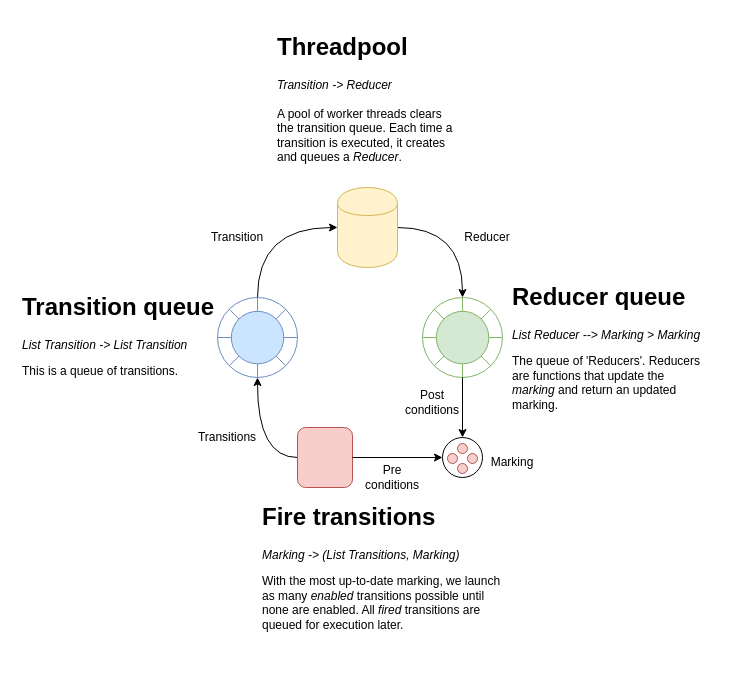
Above: docs/architecture.drawio in thorstink/Symmetri (draw.io), before the change. Source tidied: cells renumbered, new cells numbered last; positions are measured from the earlier drawing's top-left corner, leaving out a move shared by most shapes. Both pictures are drawn from the tidied source at 100%, with x=0, y=0 at pixel (17, 27).
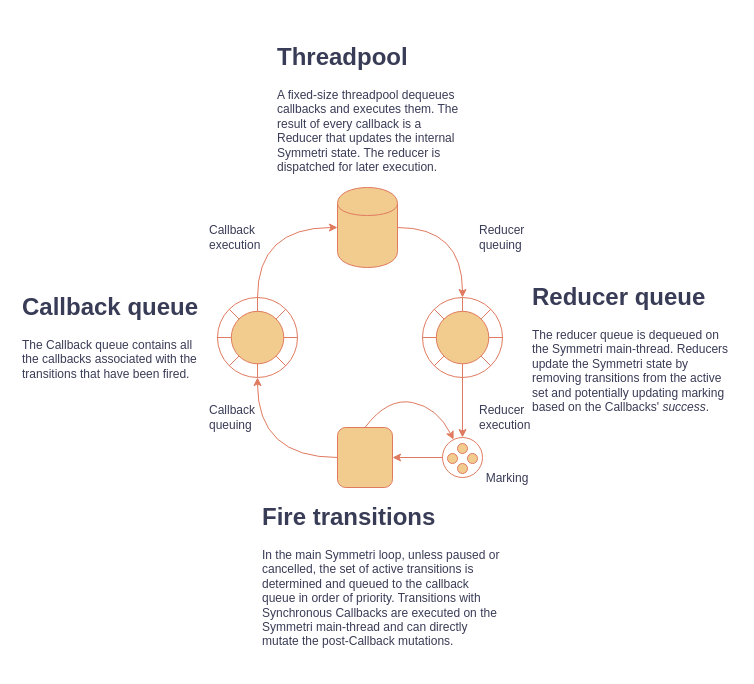
The same page after the edit.

Change to the diagram source:
```diff
@@
-    <mxCell id="2" style="edgeStyle=orthogonalEdgeStyle;curved=1;rounded=0;jettySize=auto;html=1;exitX=0.5;exitY=0;exitDx=0;exitDy=0;entryX=0;entryY=0.5;entryDx=0;entryDy=0;" parent="1" edge="1" source="3" target="5">
+    <mxCell id="2" style="edgeStyle=orthogonalEdgeStyle;curved=1;rounded=1;jettySize=auto;html=1;exitX=0.5;exitY=0;exitDx=0;exitDy=0;entryX=0;entryY=0.5;entryDx=0;entryDy=0;labelBackgroundColor=none;fontColor=default;strokeColor=#E07A5F;" parent="1" edge="1" source="3" target="5">
       <mxGeometry relative="1" as="geometry" />
     </mxCell>
-    <mxCell id="3" style="ellipse;whiteSpace=wrap;html=1;strokeColor=#6c8ebf;fillColor=none;" parent="1" vertex="1">
+    <mxCell id="3" style="ellipse;whiteSpace=wrap;html=1;fillColor=none;rounded=1;labelBackgroundColor=none;strokeColor=#E07A5F;fontColor=#393C56;" parent="1" vertex="1">
       <mxGeometry x="200" y="270" width="80" height="80" as="geometry" />
     </mxCell>
-    <mxCell id="4" style="edgeStyle=orthogonalEdgeStyle;rounded=0;jettySize=auto;html=1;exitX=1;exitY=0.5;exitDx=0;exitDy=0;curved=1;entryX=0.5;entryY=0;entryDx=0;entryDy=0;" parent="1" edge="1" source="5" target="24">
+    <mxCell id="4" style="edgeStyle=orthogonalEdgeStyle;rounded=1;jettySize=auto;html=1;exitX=1;exitY=0.5;exitDx=0;exitDy=0;curved=1;entryX=0.5;entryY=0;entryDx=0;entryDy=0;labelBackgroundColor=none;fontColor=default;strokeColor=#E07A5F;" parent="1" edge="1" source="5" target="24">
       <mxGeometry relative="1" as="geometry" />
     </mxCell>
-    <mxCell id="5" style="shape=cylinder;whiteSpace=wrap;html=1;boundedLbl=1;backgroundOutline=1;fillColor=#fff2cc;strokeColor=#d6b656;" parent="1" vertex="1">
+    <mxCell id="5" style="shape=cylinder;whiteSpace=wrap;html=1;boundedLbl=1;backgroundOutline=1;rounded=1;labelBackgroundColor=none;fillColor=#F2CC8F;strokeColor=#E07A5F;fontColor=#393C56;" parent="1" vertex="1">
       <mxGeometry x="320" y="160" width="60" height="80" as="geometry" />
     </mxCell>
-    <mxCell id="6" value="&lt;h1&gt;Transition queue&lt;/h1&gt;&lt;p&gt;&lt;i&gt;List Transition -&amp;gt; List Transition&amp;nbsp;&lt;/i&gt;&lt;/p&gt;&lt;p&gt;This is a queue of transitions.&lt;/p&gt;" style="text;html=1;strokeColor=none;fillColor=none;spacing=5;spacingTop=-20;whiteSpace=wrap;overflow=hidden;rounded=0;" parent="1" vertex="1">
-      <mxGeometry y="260" width="210" height="120" as="geometry" />
+    <mxCell id="6" value="&lt;h1&gt;Callback queue&lt;/h1&gt;&lt;p style=&quot;&quot;&gt;The Callback queue contains all the callbacks associated with the transitions that have been fired.&lt;/p&gt;" style="text;html=1;strokeColor=none;fillColor=none;spacing=5;spacingTop=-20;whiteSpace=wrap;overflow=hidden;rounded=1;labelBackgroundColor=none;fontColor=#393C56;" parent="1" vertex="1">
+      <mxGeometry y="260" width="190" height="120" as="geometry" />
     </mxCell>
-    <mxCell id="7" value="&lt;h1&gt;Reducer queue&lt;/h1&gt;&lt;p&gt;&lt;i&gt;List Reducer --&amp;gt; Marking &amp;gt; Marking&lt;/i&gt;&lt;/p&gt;&lt;p&gt;The queue of 'Reducers'. Reducers are functions that update the &lt;i&gt;marking&lt;/i&gt;&amp;nbsp;and return an updated marking.&amp;nbsp;&lt;/p&gt;" style="text;html=1;strokeColor=none;fillColor=none;spacing=5;spacingTop=-20;whiteSpace=wrap;overflow=hidden;rounded=0;" parent="1" vertex="1">
-      <mxGeometry x="490" y="250" width="210" height="140" as="geometry" />
+    <mxCell id="7" value="&lt;h1&gt;Reducer queue&lt;/h1&gt;&lt;p&gt;The reducer queue is dequeued on the Symmetri main-thread. Reducers update the Symmetri state by removing transitions from the active set and potentially updating marking based on the Callbacks' &lt;i&gt;success&lt;/i&gt;.&amp;nbsp;&lt;/p&gt;" style="text;html=1;strokeColor=none;fillColor=none;spacing=5;spacingTop=-20;whiteSpace=wrap;overflow=hidden;rounded=1;labelBackgroundColor=none;fontColor=#393C56;" parent="1" vertex="1">
+      <mxGeometry x="510" y="250" width="210" height="140" as="geometry" />
     </mxCell>
-    <mxCell id="8" value="&lt;h1&gt;Threadpool&lt;/h1&gt;&lt;div&gt;&lt;span&gt;&lt;i&gt;Transition -&amp;gt; Reducer&lt;/i&gt;&lt;/span&gt;&lt;/div&gt;&lt;div&gt;&lt;span&gt;&lt;br&gt;&lt;/span&gt;&lt;/div&gt;&lt;div&gt;A pool of worker threads clears the transition queue. Each time a transition is executed, it creates and queues a &lt;i&gt;Reducer&lt;/i&gt;.&lt;/div&gt;" style="text;html=1;strokeColor=none;fillColor=none;spacing=5;spacingTop=-20;whiteSpace=wrap;overflow=hidden;rounded=0;" parent="1" vertex="1">
-      <mxGeometry x="255" width="190" height="180" as="geometry" />
+    <mxCell id="8" value="&lt;h1&gt;Threadpool&lt;/h1&gt;&lt;div&gt;A fixed-size threadpool dequeues callbacks and executes them. The result of every callback is a Reducer that updates the internal Symmetri state. The reducer is dispatched for later execution.&lt;/div&gt;" style="text;html=1;strokeColor=none;fillColor=none;spacing=5;spacingTop=-20;whiteSpace=wrap;overflow=hidden;rounded=1;labelBackgroundColor=none;fontColor=#393C56;" parent="1" vertex="1">
+      <mxGeometry x="255" y="10" width="190" height="140" as="geometry" />
     </mxCell>
-    <mxCell id="9" style="edgeStyle=orthogonalEdgeStyle;curved=1;rounded=0;jettySize=auto;html=1;exitX=0;exitY=0.5;exitDx=0;exitDy=0;entryX=0.5;entryY=1;entryDx=0;entryDy=0;" parent="1" edge="1" source="10" target="3">
+    <mxCell id="9" style="edgeStyle=orthogonalEdgeStyle;curved=1;rounded=1;jettySize=auto;html=1;exitX=0;exitY=0.5;exitDx=0;exitDy=0;entryX=0.5;entryY=1;entryDx=0;entryDy=0;labelBackgroundColor=none;fontColor=default;strokeColor=#E07A5F;" parent="1" edge="1" source="10" target="3">
       <mxGeometry relative="1" as="geometry" />
     </mxCell>
-    <mxCell id="10" style="rounded=1;whiteSpace=wrap;html=1;fillColor=#f8cecc;strokeColor=#b85450;" parent="1" vertex="1">
-      <mxGeometry x="280" y="400" width="55" height="60" as="geometry" />
+    <mxCell id="10" style="rounded=1;whiteSpace=wrap;html=1;labelBackgroundColor=none;fillColor=#F2CC8F;strokeColor=#E07A5F;fontColor=#393C56;" parent="1" vertex="1">
+      <mxGeometry x="320" y="400" width="55" height="60" as="geometry" />
     </mxCell>
-    <mxCell id="11" value="&lt;h1&gt;Fire transitions&lt;/h1&gt;&lt;p&gt;&lt;i&gt;Marking -&amp;gt; (List Transitions, Marking)&amp;nbsp;&lt;/i&gt;&lt;/p&gt;&lt;p&gt;With the most up-to-date marking, we launch as many &lt;i&gt;enabled&lt;/i&gt; transitions possible until none are enabled. All &lt;i&gt;fired&lt;/i&gt; transitions are queued for execution later.&lt;/p&gt;" style="text;html=1;strokeColor=none;fillColor=none;spacing=5;spacingTop=-20;whiteSpace=wrap;overflow=hidden;rounded=0;" parent="1" vertex="1">
-      <mxGeometry x="240" y="470" width="250" height="140" as="geometry" />
+    <mxCell id="11" value="&lt;h1&gt;Fire transitions&lt;/h1&gt;&lt;p&gt;In the main Symmetri loop, unless paused or cancelled, the set of active transitions is determined and queued to the callback queue in order of priority. Transitions with Synchronous Callbacks are executed on the Symmetri main-thread and can directly mutate the post-Callback mutations.&amp;nbsp;&lt;/p&gt;" style="text;html=1;strokeColor=none;fillColor=none;spacing=5;spacingTop=-20;whiteSpace=wrap;overflow=hidden;rounded=1;labelBackgroundColor=none;fontColor=#393C56;" parent="1" vertex="1">
+      <mxGeometry x="240" y="470" width="250" height="170" as="geometry" />
     </mxCell>
-    <mxCell id="12" value="Transitions" style="text;html=1;strokeColor=none;fillColor=none;align=center;verticalAlign=middle;whiteSpace=wrap;rounded=0;" parent="1" vertex="1">
-      <mxGeometry x="190" y="400" width="40" height="20" as="geometry" />
+    <mxCell id="12" value="Callback queuing" style="text;html=1;strokeColor=none;fillColor=none;align=left;verticalAlign=middle;whiteSpace=wrap;rounded=1;labelBackgroundColor=none;fontColor=#393C56;" parent="1" vertex="1">
+      <mxGeometry x="190" y="380" width="40" height="20" as="geometry" />
     </mxCell>
-    <mxCell id="13" value="Transition" style="text;html=1;strokeColor=none;fillColor=none;align=center;verticalAlign=middle;whiteSpace=wrap;rounded=0;" parent="1" vertex="1">
-      <mxGeometry x="200" y="200" width="40" height="20" as="geometry" />
+    <mxCell id="13" value="Callback execution" style="text;html=1;strokeColor=none;fillColor=none;align=left;verticalAlign=middle;whiteSpace=wrap;rounded=1;labelBackgroundColor=none;fontColor=#393C56;" parent="1" vertex="1">
+      <mxGeometry x="190" y="200" width="40" height="20" as="geometry" />
     </mxCell>
-    <mxCell id="14" value="Reducer" style="text;html=1;strokeColor=none;fillColor=none;align=center;verticalAlign=middle;whiteSpace=wrap;rounded=0;" parent="1" vertex="1">
-      <mxGeometry x="450" y="200" width="40" height="20" as="geometry" />
+    <mxCell id="14" value="Reducer queuing" style="text;html=1;strokeColor=none;fillColor=none;align=left;verticalAlign=middle;whiteSpace=wrap;rounded=1;labelBackgroundColor=none;fontColor=#393C56;" parent="1" vertex="1">
+      <mxGeometry x="460" y="200" width="40" height="20" as="geometry" />
     </mxCell>
-    <mxCell id="15" style="ellipse;whiteSpace=wrap;html=1;strokeColor=#6C8EBF;fillColor=#CCE5FF;" parent="1" vertex="1">
+    <mxCell id="15" style="ellipse;whiteSpace=wrap;html=1;rounded=1;labelBackgroundColor=none;fillColor=#F2CC8F;strokeColor=#E07A5F;fontColor=#393C56;" parent="1" vertex="1">
       <mxGeometry x="213.8" y="283.8" width="52.5" height="52.5" as="geometry" />
     </mxCell>
-    <mxCell id="16" style="endArrow=none;html=1;exitX=0;exitY=0.5;exitDx=0;exitDy=0;entryX=0;entryY=0.5;entryDx=0;entryDy=0;strokeColor=#6C8EBF;" parent="1" edge="1" source="3" target="15">
+    <mxCell id="16" style="endArrow=none;html=1;exitX=0;exitY=0.5;exitDx=0;exitDy=0;entryX=0;entryY=0.5;entryDx=0;entryDy=0;rounded=1;labelBackgroundColor=none;fontColor=default;strokeColor=#E07A5F;" parent="1" edge="1" source="3" target="15">
       <mxGeometry relative="1" as="geometry" />
     </mxCell>
-    <mxCell id="17" style="endArrow=none;html=1;exitX=0;exitY=1;exitDx=0;exitDy=0;entryX=0;entryY=1;entryDx=0;entryDy=0;strokeColor=#6C8EBF;" parent="1" edge="1" source="3" target="15">
+    <mxCell id="17" style="endArrow=none;html=1;exitX=0;exitY=1;exitDx=0;exitDy=0;entryX=0;entryY=1;entryDx=0;entryDy=0;rounded=1;labelBackgroundColor=none;fontColor=default;strokeColor=#E07A5F;" parent="1" edge="1" source="3" target="15">
       <mxGeometry relative="1" as="geometry" />
     </mxCell>
-    <mxCell id="18" style="endArrow=none;html=1;exitX=0.5;exitY=1;exitDx=0;exitDy=0;entryX=0.5;entryY=1;entryDx=0;entryDy=0;strokeColor=#6C8EBF;" parent="1" edge="1" source="3" target="15">
+    <mxCell id="18" style="endArrow=none;html=1;exitX=0.5;exitY=1;exitDx=0;exitDy=0;entryX=0.5;entryY=1;entryDx=0;entryDy=0;rounded=1;labelBackgroundColor=none;fontColor=default;strokeColor=#E07A5F;" parent="1" edge="1" source="3" target="15">
       <mxGeometry relative="1" as="geometry" />
     </mxCell>
-    <mxCell id="19" style="endArrow=none;html=1;exitX=1;exitY=1;exitDx=0;exitDy=0;entryX=1;entryY=1;entryDx=0;entryDy=0;strokeColor=#6C8EBF;" parent="1" edge="1" source="15" target="3">
+    <mxCell id="19" style="endArrow=none;html=1;exitX=1;exitY=1;exitDx=0;exitDy=0;entryX=1;entryY=1;entryDx=0;entryDy=0;rounded=1;labelBackgroundColor=none;fontColor=default;strokeColor=#E07A5F;" parent="1" edge="1" source="15" target="3">
       <mxGeometry relative="1" as="geometry" />
     </mxCell>
-    <mxCell id="20" style="endArrow=none;html=1;exitX=1;exitY=0.5;exitDx=0;exitDy=0;entryX=1;entryY=0.5;entryDx=0;entryDy=0;strokeColor=#6C8EBF;" parent="1" edge="1" source="15" target="3">
+    <mxCell id="20" style="endArrow=none;html=1;exitX=1;exitY=0.5;exitDx=0;exitDy=0;entryX=1;entryY=0.5;entryDx=0;entryDy=0;rounded=1;labelBackgroundColor=none;fontColor=default;strokeColor=#E07A5F;" parent="1" edge="1" source="15" target="3">
       <mxGeometry relative="1" as="geometry" />
     </mxCell>
-    <mxCell id="21" style="endArrow=none;html=1;entryX=1;entryY=0;entryDx=0;entryDy=0;strokeColor=#6C8EBF;" parent="1" edge="1" source="3" target="15">
+    <mxCell id="21" style="endArrow=none;html=1;entryX=1;entryY=0;entryDx=0;entryDy=0;rounded=1;labelBackgroundColor=none;fontColor=default;strokeColor=#E07A5F;" parent="1" edge="1" source="3" target="15">
       <mxGeometry relative="1" as="geometry" />
     </mxCell>
-    <mxCell id="22" style="endArrow=none;html=1;entryX=0.5;entryY=0;entryDx=0;entryDy=0;strokeColor=#6C8EBF;exitX=0.5;exitY=0;exitDx=0;exitDy=0;" parent="1" edge="1" source="3" target="15">
+    <mxCell id="22" style="endArrow=none;html=1;entryX=0.5;entryY=0;entryDx=0;entryDy=0;exitX=0.5;exitY=0;exitDx=0;exitDy=0;rounded=1;labelBackgroundColor=none;fontColor=default;strokeColor=#E07A5F;" parent="1" edge="1" source="3" target="15">
       <mxGeometry relative="1" as="geometry" />
     </mxCell>
-    <mxCell id="23" style="endArrow=none;html=1;entryX=0;entryY=0;entryDx=0;entryDy=0;strokeColor=#6C8EBF;exitX=0;exitY=0;exitDx=0;exitDy=0;" parent="1" edge="1" source="3" target="15">
+    <mxCell id="23" style="endArrow=none;html=1;entryX=0;entryY=0;entryDx=0;entryDy=0;exitX=0;exitY=0;exitDx=0;exitDy=0;rounded=1;labelBackgroundColor=none;fontColor=default;strokeColor=#E07A5F;" parent="1" edge="1" source="3" target="15">
       <mxGeometry relative="1" as="geometry" />
     </mxCell>
-    <mxCell id="24" style="ellipse;whiteSpace=wrap;html=1;strokeColor=#82B366;fillColor=none;" parent="1" vertex="1">
+    <mxCell id="24" style="ellipse;whiteSpace=wrap;html=1;fillColor=none;rounded=1;labelBackgroundColor=none;strokeColor=#E07A5F;fontColor=#393C56;" parent="1" vertex="1">
       <mxGeometry x="405" y="270" width="80" height="80" as="geometry" />
     </mxCell>
-    <mxCell id="25" style="ellipse;whiteSpace=wrap;html=1;strokeColor=#82B366;fillColor=#D5E8D4;" parent="1" vertex="1">
+    <mxCell id="25" style="ellipse;whiteSpace=wrap;html=1;rounded=1;labelBackgroundColor=none;fillColor=#F2CC8F;strokeColor=#E07A5F;fontColor=#393C56;" parent="1" vertex="1">
       <mxGeometry x="418.8" y="283.8" width="52.5" height="52.5" as="geometry" />
     </mxCell>
-    <mxCell id="26" style="endArrow=none;html=1;exitX=0;exitY=0.5;exitDx=0;exitDy=0;entryX=0;entryY=0.5;entryDx=0;entryDy=0;strokeColor=#82B366;" parent="1" edge="1" source="24" target="25">
+    <mxCell id="26" style="endArrow=none;html=1;exitX=0;exitY=0.5;exitDx=0;exitDy=0;entryX=0;entryY=0.5;entryDx=0;entryDy=0;rounded=1;labelBackgroundColor=none;fontColor=default;strokeColor=#E07A5F;" parent="1" edge="1" source="24" target="25">
       <mxGeometry relative="1" as="geometry" />
     </mxCell>
-    <mxCell id="27" style="endArrow=none;html=1;exitX=0;exitY=1;exitDx=0;exitDy=0;entryX=0;entryY=1;entryDx=0;entryDy=0;strokeColor=#82B366;" parent="1" edge="1" source="24" target="25">
+    <mxCell id="27" style="endArrow=none;html=1;exitX=0;exitY=1;exitDx=0;exitDy=0;entryX=0;entryY=1;entryDx=0;entryDy=0;rounded=1;labelBackgroundColor=none;fontColor=default;strokeColor=#E07A5F;" parent="1" edge="1" source="24" target="25">
       <mxGeometry relative="1" as="geometry" />
     </mxCell>
-    <mxCell id="28" style="endArrow=none;html=1;exitX=0.5;exitY=1;exitDx=0;exitDy=0;entryX=0.5;entryY=1;entryDx=0;entryDy=0;strokeColor=#82B366;" parent="1" edge="1" source="24" target="25">
+    <mxCell id="28" style="endArrow=none;html=1;exitX=0.5;exitY=1;exitDx=0;exitDy=0;entryX=0.5;entryY=1;entryDx=0;entryDy=0;rounded=1;labelBackgroundColor=none;fontColor=default;strokeColor=#E07A5F;" parent="1" edge="1" source="24" target="25">
       <mxGeometry relative="1" as="geometry" />
     </mxCell>
-    <mxCell id="29" style="endArrow=none;html=1;exitX=1;exitY=1;exitDx=0;exitDy=0;entryX=1;entryY=1;entryDx=0;entryDy=0;strokeColor=#82B366;" parent="1" edge="1" source="25" target="24">
+    <mxCell id="29" style="endArrow=none;html=1;exitX=1;exitY=1;exitDx=0;exitDy=0;entryX=1;entryY=1;entryDx=0;entryDy=0;rounded=1;labelBackgroundColor=none;fontColor=default;strokeColor=#E07A5F;" parent="1" edge="1" source="25" target="24">
       <mxGeometry relative="1" as="geometry" />
     </mxCell>
-    <mxCell id="30" style="endArrow=none;html=1;exitX=1;exitY=0.5;exitDx=0;exitDy=0;entryX=1;entryY=0.5;entryDx=0;entryDy=0;strokeColor=#82B366;" parent="1" edge="1" source="25" target="24">
+    <mxCell id="30" style="endArrow=none;html=1;exitX=1;exitY=0.5;exitDx=0;exitDy=0;entryX=1;entryY=0.5;entryDx=0;entryDy=0;rounded=1;labelBackgroundColor=none;fontColor=default;strokeColor=#E07A5F;" parent="1" edge="1" source="25" target="24">
       <mxGeometry relative="1" as="geometry" />
     </mxCell>
-    <mxCell id="31" style="endArrow=none;html=1;entryX=1;entryY=0;entryDx=0;entryDy=0;strokeColor=#82B366;" parent="1" edge="1" source="24" target="25">
+    <mxCell id="31" style="endArrow=none;html=1;entryX=1;entryY=0;entryDx=0;entryDy=0;rounded=1;labelBackgroundColor=none;fontColor=default;strokeColor=#E07A5F;" parent="1" edge="1" source="24" target="25">
       <mxGeometry relative="1" as="geometry" />
     </mxCell>
-    <mxCell id="32" style="endArrow=none;html=1;entryX=0.5;entryY=0;entryDx=0;entryDy=0;exitX=0.5;exitY=0;exitDx=0;exitDy=0;strokeColor=#82B366;" parent="1" edge="1" source="24" target="25">
+    <mxCell id="32" style="endArrow=none;html=1;entryX=0.5;entryY=0;entryDx=0;entryDy=0;exitX=0.5;exitY=0;exitDx=0;exitDy=0;rounded=1;labelBackgroundColor=none;fontColor=default;strokeColor=#E07A5F;" parent="1" edge="1" source="24" target="25">
       <mxGeometry relative="1" as="geometry" />
     </mxCell>
-    <mxCell id="33" style="endArrow=none;html=1;entryX=0;entryY=0;entryDx=0;entryDy=0;exitX=0;exitY=0;exitDx=0;exitDy=0;strokeColor=#82B366;" parent="1" edge="1" source="24" target="25">
+    <mxCell id="33" style="endArrow=none;html=1;entryX=0;entryY=0;entryDx=0;entryDy=0;exitX=0;exitY=0;exitDx=0;exitDy=0;rounded=1;labelBackgroundColor=none;fontColor=default;strokeColor=#E07A5F;" parent="1" edge="1" source="24" target="25">
       <mxGeometry relative="1" as="geometry" />
     </mxCell>
-    <mxCell id="34" style="ellipse;whiteSpace=wrap;html=1;" parent="1" vertex="1">
+    <mxCell id="34" style="ellipse;whiteSpace=wrap;html=1;fillColor=none;rounded=1;labelBackgroundColor=none;strokeColor=#E07A5F;fontColor=#393C56;" parent="1" vertex="1">
       <mxGeometry x="425" y="410" width="40" height="40" as="geometry" />
     </mxCell>
-    <mxCell id="35" style="ellipse;whiteSpace=wrap;html=1;fillColor=#f8cecc;strokeColor=#b85450;" parent="1" vertex="1">
+    <mxCell id="35" style="ellipse;whiteSpace=wrap;html=1;rounded=1;labelBackgroundColor=none;fillColor=#F2CC8F;strokeColor=#E07A5F;fontColor=#393C56;" parent="1" vertex="1">
       <mxGeometry x="440" y="416" width="10" height="10" as="geometry" />
     </mxCell>
-    <mxCell id="36" style="ellipse;whiteSpace=wrap;html=1;fillColor=#f8cecc;strokeColor=#b85450;" parent="1" vertex="1">
+    <mxCell id="36" style="ellipse;whiteSpace=wrap;html=1;rounded=1;labelBackgroundColor=none;fillColor=#F2CC8F;strokeColor=#E07A5F;fontColor=#393C56;" parent="1" vertex="1">
       <mxGeometry x="450" y="426" width="10" height="10" as="geometry" />
     </mxCell>
-    <mxCell id="37" style="ellipse;whiteSpace=wrap;html=1;fillColor=#f8cecc;strokeColor=#b85450;" parent="1" vertex="1">
+    <mxCell id="37" style="ellipse;whiteSpace=wrap;html=1;rounded=1;labelBackgroundColor=none;fillColor=#F2CC8F;strokeColor=#E07A5F;fontColor=#393C56;" parent="1" vertex="1">
       <mxGeometry x="440" y="436" width="10" height="10" as="geometry" />
     </mxCell>
-    <mxCell id="38" style="ellipse;whiteSpace=wrap;html=1;fillColor=#f8cecc;strokeColor=#b85450;" parent="1" vertex="1">
+    <mxCell id="38" style="ellipse;whiteSpace=wrap;html=1;rounded=1;labelBackgroundColor=none;fillColor=#F2CC8F;strokeColor=#E07A5F;fontColor=#393C56;" parent="1" vertex="1">
       <mxGeometry x="430" y="426" width="10" height="10" as="geometry" />
     </mxCell>
-    <mxCell id="39" style="endArrow=classic;html=1;rounded=0;exitX=0.5;exitY=1;exitDx=0;exitDy=0;entryX=0.5;entryY=0;entryDx=0;entryDy=0;" parent="1" edge="1" source="24" target="34">
+    <mxCell id="39" style="endArrow=classic;html=1;rounded=1;exitX=0.5;exitY=1;exitDx=0;exitDy=0;entryX=0.5;entryY=0;entryDx=0;entryDy=0;labelBackgroundColor=none;fontColor=default;strokeColor=#E07A5F;" parent="1" edge="1" source="24" target="34">
       <mxGeometry relative="1" as="geometry" />
     </mxCell>
+    <mxCell id="41" value="Marking" style="text;html=1;strokeColor=none;fillColor=none;align=center;verticalAlign=middle;whiteSpace=wrap;rounded=1;labelBackgroundColor=none;fontColor=#393C56;" parent="1" vertex="1">
+      <mxGeometry x="460" y="436" width="60" height="30" as="geometry" />
+    </mxCell>
+    <mxCell id="44" style="endArrow=classic;html=1;rounded=1;exitX=0;exitY=0.5;exitDx=0;exitDy=0;entryX=1;entryY=0.5;entryDx=0;entryDy=0;labelBackgroundColor=none;fontColor=default;strokeColor=#E07A5F;" parent="1" edge="1" source="34" target="10">
+      <mxGeometry relative="1" as="geometry" />
+    </mxCell>
-    <mxCell id="40" style="endArrow=classic;html=1;rounded=0;exitX=1;exitY=0.5;exitDx=0;exitDy=0;entryX=0;entryY=0.5;entryDx=0;entryDy=0;" parent="1" edge="1" source="10" target="34">
-      <mxGeometry relative="1" as="geometry" />
+    <mxCell id="40" style="curved=1;endArrow=classic;html=1;rounded=1;exitX=0.5;exitY=0;exitDx=0;exitDy=0;labelBackgroundColor=none;fontColor=default;strokeColor=#E07A5F;" parent="1" edge="1" source="10" target="34">
+      <mxGeometry relative="1" as="geometry">
+        <Array as="points">
+          <mxPoint x="370" y="370" />
+          <mxPoint x="420" y="380" />
+        </Array>
+      </mxGeometry>
     </mxCell>
-    <mxCell id="41" value="Marking" style="text;html=1;strokeColor=none;fillColor=none;align=center;verticalAlign=middle;whiteSpace=wrap;rounded=0;" parent="1" vertex="1">
-      <mxGeometry x="465" y="420" width="60" height="30" as="geometry" />
-    </mxCell>
-    <mxCell id="42" value="Post conditions" style="text;html=1;strokeColor=none;fillColor=none;align=center;verticalAlign=middle;whiteSpace=wrap;rounded=0;" parent="1" vertex="1">
-      <mxGeometry x="385" y="360" width="60" height="30" as="geometry" />
-    </mxCell>
-    <mxCell id="43" value="Pre conditions" style="text;html=1;strokeColor=none;fillColor=none;align=center;verticalAlign=middle;whiteSpace=wrap;rounded=0;" parent="1" vertex="1">
-      <mxGeometry x="345" y="435" width="60" height="30" as="geometry" />
-    </mxCell>
+    <mxCell id="45" value="Reducer execution" style="text;html=1;strokeColor=none;fillColor=none;align=left;verticalAlign=middle;whiteSpace=wrap;rounded=1;labelBackgroundColor=none;fontColor=#393C56;" parent="1" vertex="1">
+      <mxGeometry x="460" y="380" width="40" height="20" as="geometry" />
+    </mxCell>
```
